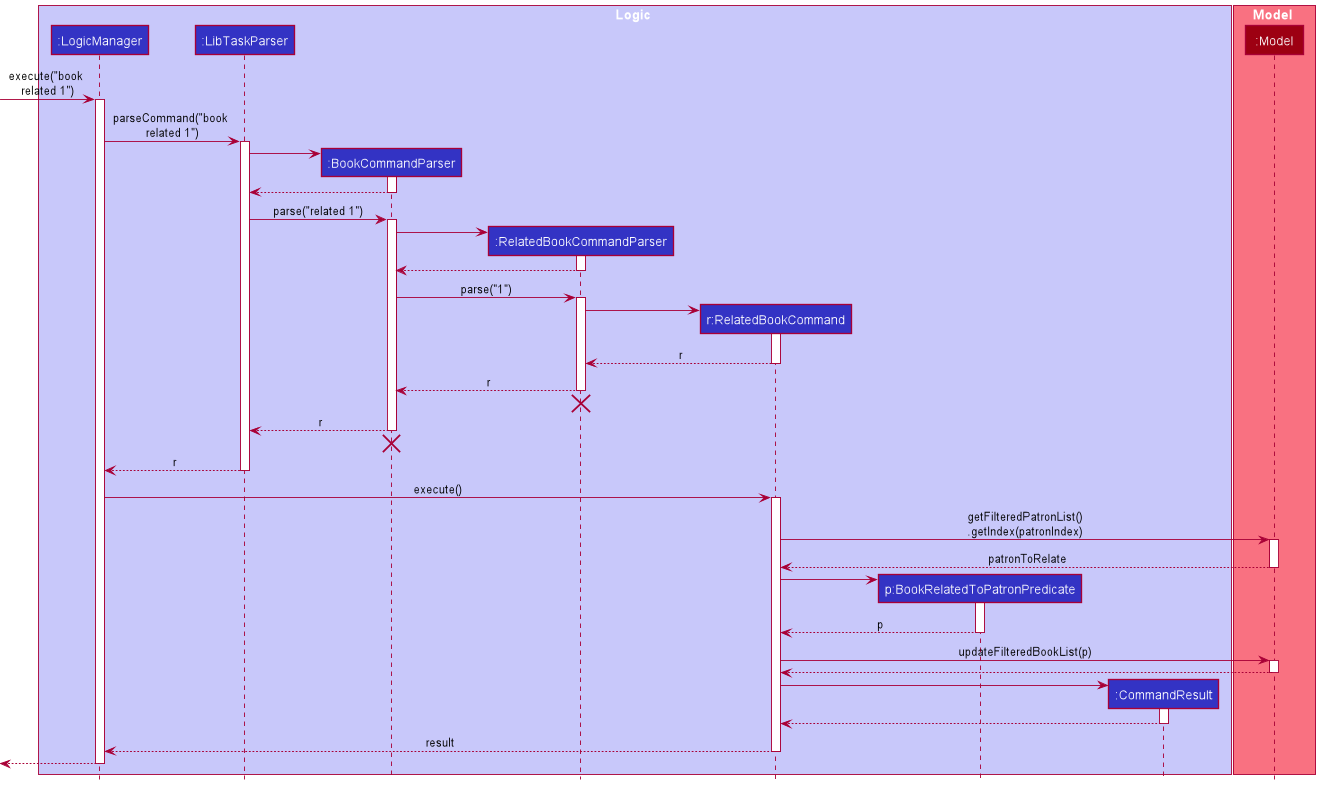
This is docs/images/RelatedBookCommandSequenceDiagram.png from yuqitanyq/tp, a PlantUML export, as it was before one commit.
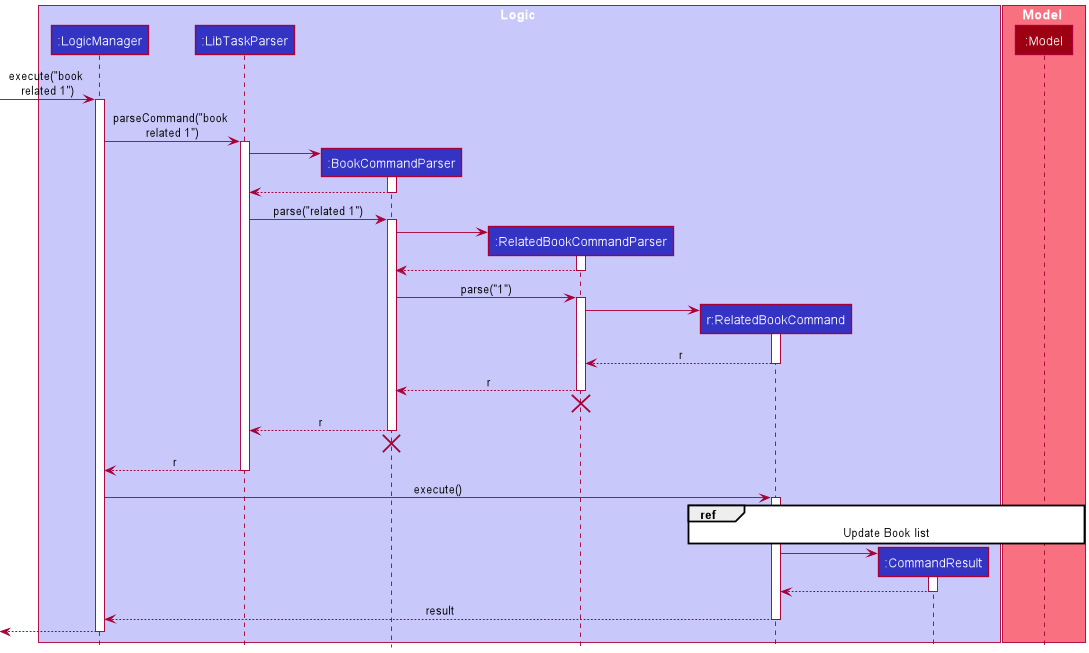
After the commit.

Commit message:
Add reference frame for book related command

What changed in the source:
```diff
@@ -7,7 +7,6 @@
 participant ":BookCommandParser" as BookCommandParser LOGIC_COLOR
 participant ":RelatedBookCommandParser" as RelatedBookCommandParser LOGIC_COLOR
 participant "r:RelatedBookCommand" as RelatedBookCommand LOGIC_COLOR
-participant "p:BookRelatedToPatronPredicate" as BookRelatedToPatronPredicate LOGIC_COLOR
 participant ":CommandResult" as CommandResult LOGIC_COLOR
 end box
 
@@ -64,24 +63,7 @@
 LogicManager -> RelatedBookCommand : execute()
 activate RelatedBookCommand
 
-RelatedBookCommand -> Model : getFilteredPatronList()\n.getIndex(patronIndex)
-activate Model
-
-Model --> RelatedBookCommand : patronToRelate
-deactivate Model
-
-create BookRelatedToPatronPredicate
-RelatedBookCommand -> BookRelatedToPatronPredicate :
-activate BookRelatedToPatronPredicate
-
-BookRelatedToPatronPredicate --> RelatedBookCommand : p
-deactivate BookRelatedToPatronPredicate
-
-RelatedBookCommand -> Model : updateFilteredBookList(p)
-activate Model
-
-Model --> RelatedBookCommand
-deactivate Model
+ref over RelatedBookCommand, Model : Update Book list
 
 create CommandResult
 RelatedBookCommand -> CommandResult
```
